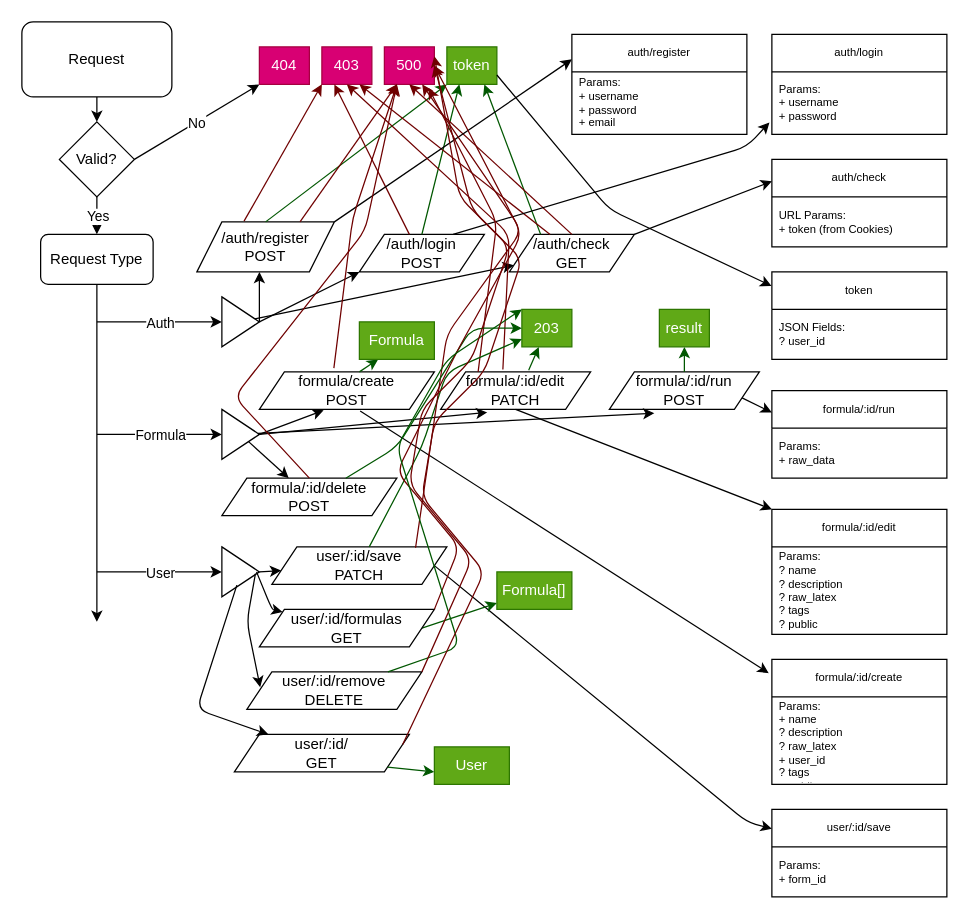
klaus-mana/formu keeps this draw.io diagram as misc/api-model.dio. Above is the earlier version. Source tidied: cells renumbered, new cells numbered last; positions are measured from the earlier drawing's top-left corner, leaving out a move shared by most shapes. Both pictures are drawn from the tidied source at 125%, with x=0, y=0 at pixel (21, 21).
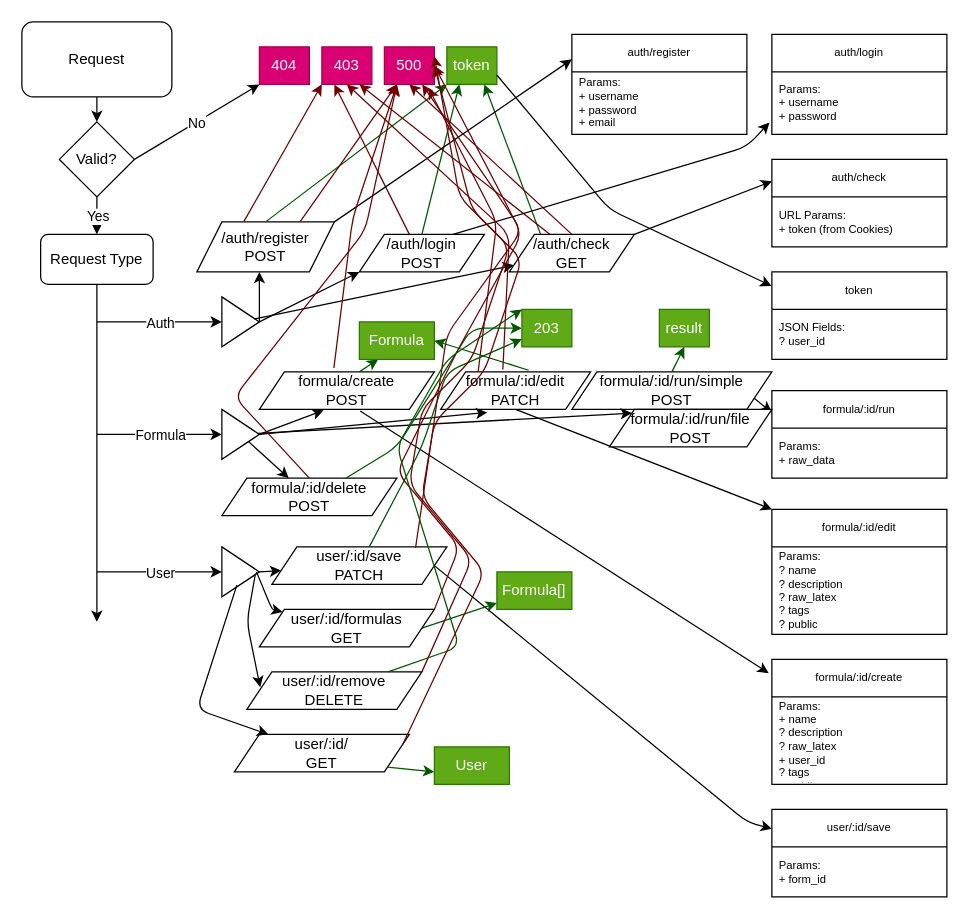
After the change.

Commit message (it also covers changes not shown here):
Added endpoints to create and edit formulas

Unchanged cells that the change refers to:
```xml
<mxCell id="48" value="formula/:id/edit&lt;br&gt;PATCH" style="shape=parallelogram;perimeter=parallelogramPerimeter;whiteSpace=wrap;html=1;fixedSize=1;" parent="1" vertex="1">
  <mxGeometry x="335" y="280" width="120" height="30" as="geometry" />
</mxCell>
<mxCell id="56" value="203" style="rounded=0;whiteSpace=wrap;html=1;fillColor=#60a917;fontColor=#ffffff;strokeColor=#2D7600;" parent="1" vertex="1">
  <mxGeometry x="400" y="230" width="40" height="30" as="geometry" />
</mxCell>
<mxCell id="59" value="Formula" style="rounded=0;whiteSpace=wrap;html=1;fillColor=#60a917;fontColor=#ffffff;strokeColor=#2D7600;" parent="1" vertex="1">
  <mxGeometry x="270" y="240" width="60" height="30" as="geometry" />
</mxCell>
```

Change to the diagram source:
```diff
@@
-    <mxCell id="49" value="formula/:id/run&lt;br&gt;POST" style="shape=parallelogram;perimeter=parallelogramPerimeter;whiteSpace=wrap;html=1;fixedSize=1;" parent="1" vertex="1">
-      <mxGeometry x="470" y="280" width="120" height="30" as="geometry" />
+    <mxCell id="49" value="formula/:id/run/simple&lt;br&gt;POST" style="shape=parallelogram;perimeter=parallelogramPerimeter;whiteSpace=wrap;html=1;fixedSize=1;" parent="1" vertex="1">
+      <mxGeometry x="440" y="280" width="160" height="30" as="geometry" />
     </mxCell>
@@
-    <mxCell id="55" style="endArrow=classic;html=1;fillColor=#008a00;strokeColor=#005700;exitX=0.587;exitY=-0.043;exitDx=0;exitDy=0;exitPerimeter=0;" parent="1" edge="1" source="48" target="56">
+    <mxCell id="55" style="endArrow=classic;html=1;fillColor=#008a00;strokeColor=#005700;exitX=0.587;exitY=-0.043;exitDx=0;exitDy=0;exitPerimeter=0;entryX=1;entryY=0.5;entryDx=0;entryDy=0;" parent="1" edge="1" source="48" target="59">
       <mxGeometry relative="1" as="geometry" />
     </mxCell>
@@
+    <mxCell id="99" value="formula/:id/run/file&lt;br&gt;POST" style="shape=parallelogram;perimeter=parallelogramPerimeter;whiteSpace=wrap;html=1;fixedSize=1;" parent="1" vertex="1">
+      <mxGeometry x="470" y="310" width="130" height="30" as="geometry" />
+    </mxCell>
```
